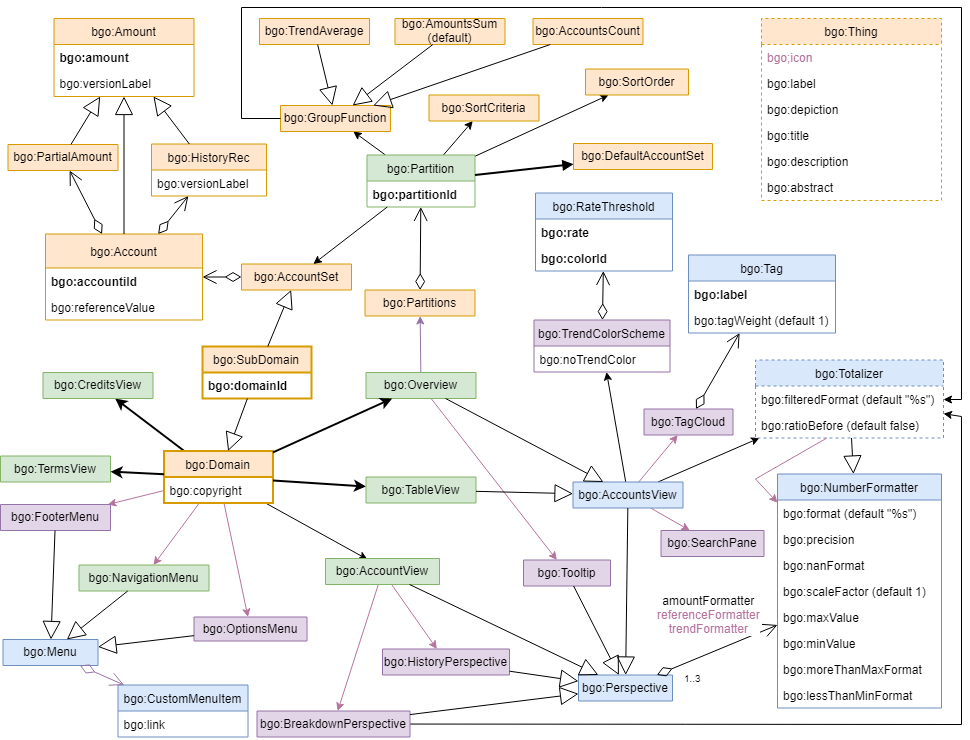
Earlier version of the draw.io export v1/bgo/doc/uml-diagram.png (linkeddatacenter/LODMAP-ontologies). Source tidied: cells renumbered, new cells last; positions are measured from the earlier drawing's top-left corner, leaving out a move shared by most shapes.
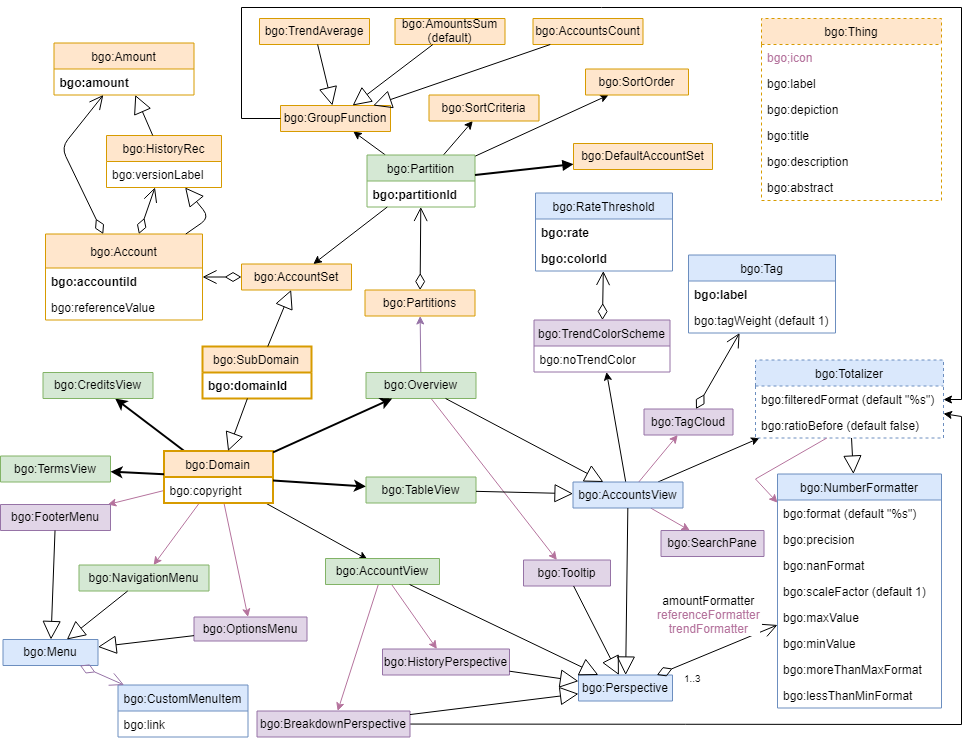
Later version of the same file.

Commit message:
remove unused PartialAmount class

Diff of the diagram source:
```diff
@@ -9,29 +9,20 @@
       <mxGeometry relative="1" as="geometry" />
     </mxCell>
     <mxCell id="4" value="bgo:Amount" style="swimlane;fontStyle=0;horizontal=1;startSize=26;fillColor=#ffe6cc;swimlaneFillColor=#ffffff;strokeColor=#d79b00;" parent="1" vertex="1">
-      <mxGeometry x="53.5" y="11" width="140" height="78" as="geometry" />
+      <mxGeometry x="53.5" y="35.5" width="140" height="52" as="geometry" />
     </mxCell>
     <mxCell id="5" value="bgo:amount&#10;" style="text;strokeColor=none;fillColor=none;align=left;verticalAlign=top;spacingLeft=4;spacingRight=4;overflow=hidden;fontStyle=1;" parent="4" vertex="1">
       <mxGeometry y="26" width="140" height="26" as="geometry" />
     </mxCell>
-    <mxCell id="6" value="bgo:versionLabel" style="text;strokeColor=none;fillColor=none;align=left;verticalAlign=top;spacingLeft=4;spacingRight=4;overflow=hidden;fontStyle=0;" parent="4" vertex="1">
-      <mxGeometry y="52" width="140" height="26" as="geometry" />
-    </mxCell>
     <mxCell id="7" value="bgo:HistoryRec" style="swimlane;fontStyle=0;horizontal=1;startSize=26;fillColor=#ffe6cc;swimlaneFillColor=#ffffff;strokeColor=#d79b00;" parent="1" vertex="1">
-      <mxGeometry x="151" y="136.5" width="115" height="52" as="geometry" />
+      <mxGeometry x="106" y="128" width="115" height="52" as="geometry" />
     </mxCell>
     <mxCell id="8" value="bgo:versionLabel" style="text;strokeColor=none;fillColor=none;align=left;verticalAlign=top;spacingLeft=4;spacingRight=4;overflow=hidden;fontStyle=0;" parent="7" vertex="1">
       <mxGeometry y="26" width="115" height="26" as="geometry" />
     </mxCell>
-    <mxCell id="9" value="bgo:PartialAmount" style="swimlane;fontStyle=0;horizontal=1;startSize=26;fillColor=#ffe6cc;swimlaneFillColor=#ffffff;strokeColor=#d79b00;" parent="1" vertex="1" collapsed="1">
-      <mxGeometry x="7.5" y="137" width="110" height="26" as="geometry" />
-    </mxCell>
-    <mxCell id="10" style="endArrow=block;endSize=16;endFill=0;html=1;" parent="1" edge="1" source="9" target="4">
+    <mxCell id="10" style="endArrow=block;endSize=16;endFill=0;html=1;" parent="1" edge="1" source="7" target="4">
       <mxGeometry relative="1" as="geometry" />
     </mxCell>
-    <mxCell id="11" style="endArrow=block;endSize=16;endFill=0;html=1;" parent="1" edge="1" source="7" target="4">
-      <mxGeometry relative="1" as="geometry" />
-    </mxCell>
     <mxCell id="12" value="bgo:Account" style="swimlane;fontStyle=0;horizontal=1;startSize=34;fillColor=#ffe6cc;swimlaneFillColor=#ffffff;strokeColor=#d79b00;" parent="1" vertex="1">
       <mxGeometry x="45" y="226.5" width="157" height="86" as="geometry" />
     </mxCell>
@@ -41,8 +32,12 @@
     <mxCell id="14" value="bgo:referenceValue" style="text;strokeColor=none;fillColor=none;align=left;verticalAlign=top;spacingLeft=4;spacingRight=4;overflow=hidden;" parent="12" vertex="1">
       <mxGeometry y="60" width="157" height="26" as="geometry" />
     </mxCell>
-    <mxCell id="15" style="endArrow=block;endSize=16;endFill=0;html=1;" parent="1" edge="1" source="12" target="4">
-      <mxGeometry x="-0.05" y="-7" relative="1" as="geometry" />
+    <mxCell id="15" style="endArrow=block;endSize=16;endFill=0;html=1;" parent="1" edge="1" source="12" target="7">
+      <mxGeometry x="-0.05" y="-7" relative="1" as="geometry">
+        <Array as="points">
+          <mxPoint x="209" y="210" />
+        </Array>
+      </mxGeometry>
     </mxCell>
     <mxCell id="16" value="bgo:Thing" style="swimlane;fontStyle=0;horizontal=1;startSize=26;fillColor=#ffe6cc;swimlaneFillColor=#ffffff;strokeColor=#d79b00;dashed=1;" parent="1" vertex="1">
       <mxGeometry x="761" y="11" width="180" height="182" as="geometry" />
@@ -228,8 +223,12 @@
     <mxCell id="75" style="edgeStyle=none;rounded=0;jettySize=auto;html=1;strokeWidth=2;" parent="1" edge="1" source="32" target="58">
       <mxGeometry relative="1" as="geometry" />
     </mxCell>
-    <mxCell id="76" style="endArrow=open;html=1;endSize=12;startArrow=diamondThin;startSize=14;startFill=0;" parent="1" edge="1" source="12" target="9">
-      <mxGeometry x="0.55" y="-7" relative="1" as="geometry" />
+    <mxCell id="76" style="endArrow=open;html=1;endSize=12;startArrow=diamondThin;startSize=14;startFill=0;" parent="1" edge="1" source="12" target="4">
+      <mxGeometry x="0.55" y="-7" relative="1" as="geometry">
+        <Array as="points">
+          <mxPoint x="61" y="140" />
+        </Array>
+      </mxGeometry>
     </mxCell>
     <mxCell id="77" style="html=1;align=left;verticalAlign=top;labelBackgroundColor=#ffffff;fontSize=10;rotation=10;" parent="76" vertex="1">
       <mxGeometry x="-1" relative="1" as="geometry">
```
